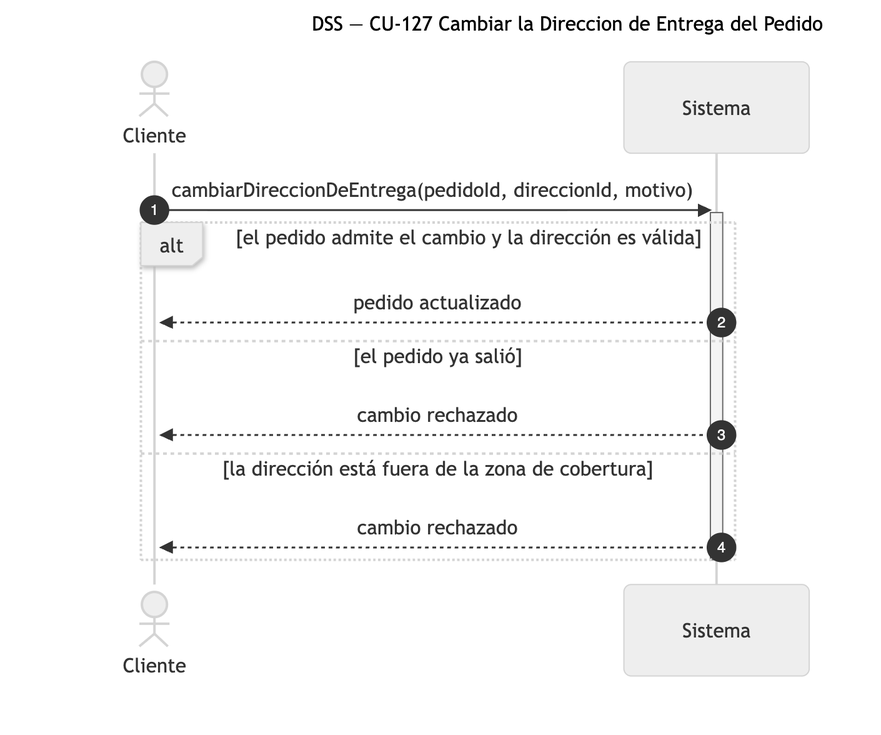
Earlier version of the Mermaid export diagramas/png/DSS_CU-127_Cambiar-la-Direccion-de-Entrega-del-Pedido.png (Nahuelito-Dev/splg-docs). Its source is kept beside it as diagramas/DSS_CU-127_Cambiar-la-Direccion-de-Entrega-del-Pedido.mmd. Source of this version:
```mermaid
sequenceDiagram
    title DSS — CU-127 Cambiar la Direccion de Entrega del Pedido
    autonumber
    actor CLI as Cliente
    participant SIS as Sistema

    CLI->>SIS: cambiarDireccionDeEntrega(pedidoId, direccionId, motivo)
    activate SIS
    alt el pedido admite el cambio y la dirección es válida
        SIS-->>CLI: pedido actualizado
    else el pedido ya salió
        SIS-->>CLI: cambio rechazado
    else la dirección está fuera de la zona de cobertura
        SIS-->>CLI: cambio rechazado
    end
    deactivate SIS
```
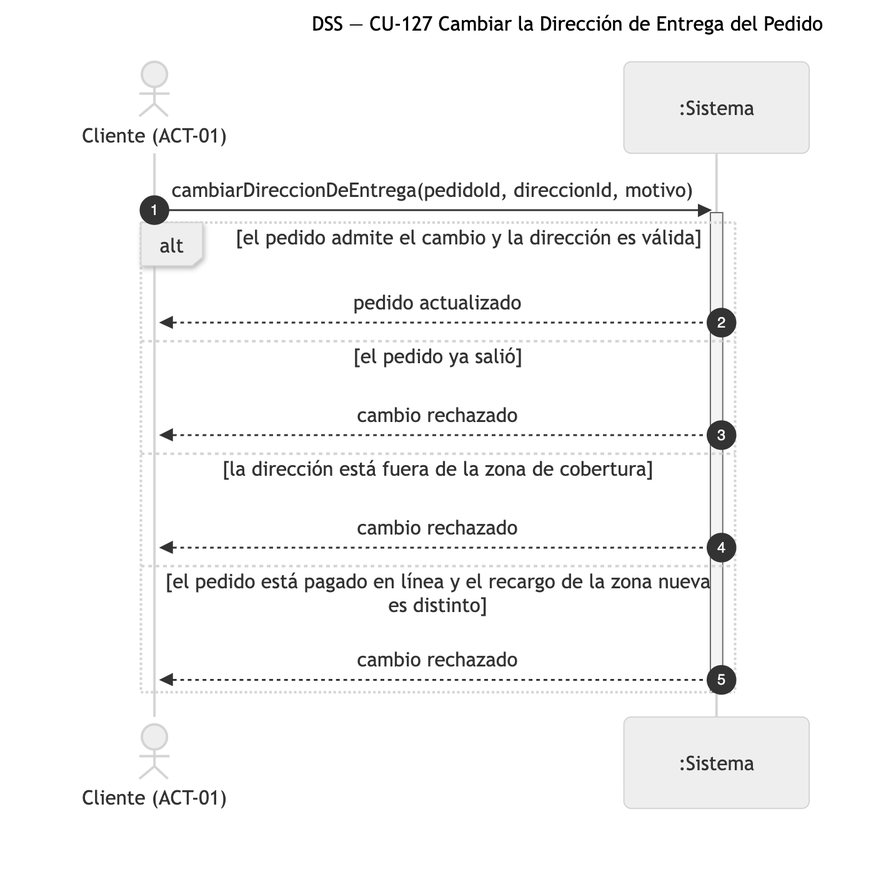
The same file after the commit.

Change to the diagram source:
```diff
@@ -1,8 +1,8 @@
 sequenceDiagram
-    title DSS — CU-127 Cambiar la Direccion de Entrega del Pedido
+    title DSS — CU-127 Cambiar la Dirección de Entrega del Pedido
     autonumber
-    actor CLI as Cliente
-    participant SIS as Sistema
+    actor CLI as Cliente (ACT-01)
+    participant SIS as :Sistema
 
     CLI->>SIS: cambiarDireccionDeEntrega(pedidoId, direccionId, motivo)
     activate SIS
@@ -12,5 +12,7 @@
         SIS-->>CLI: cambio rechazado
     else la dirección está fuera de la zona de cobertura
         SIS-->>CLI: cambio rechazado
+    else el pedido está pagado en línea y el recargo de la zona nueva es distinto
+        SIS-->>CLI: cambio rechazado
     end
     deactivate SIS
```
